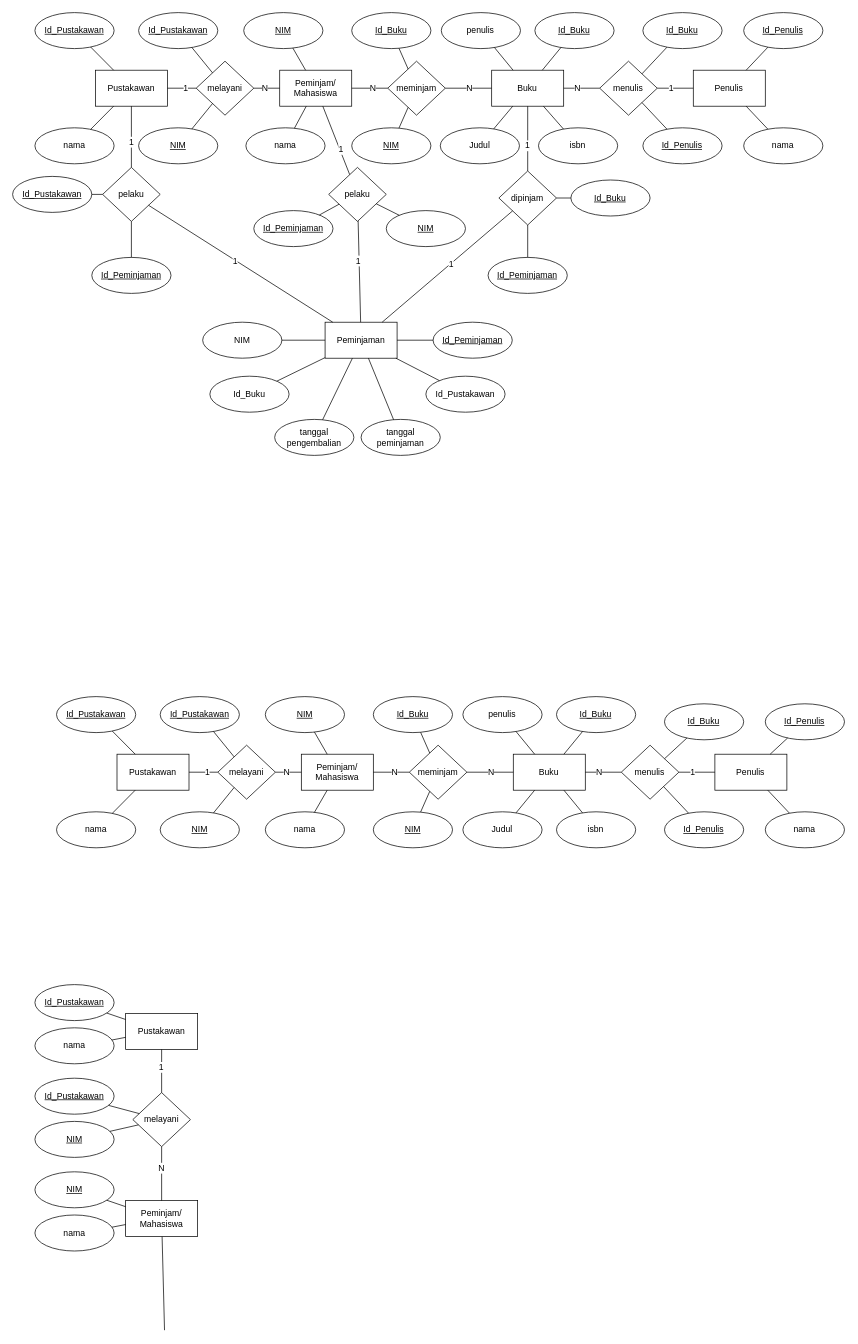
This is basdat.drawio from taste123/hello-world, a draw.io file, before an edit. Source tidied: cells renumbered, new cells numbered last; positions are measured from the earlier drawing's top-left corner, leaving out a move shared by most shapes. Both pictures are drawn from the tidied source at 72%, with x=0, y=0 at pixel (12, 12).
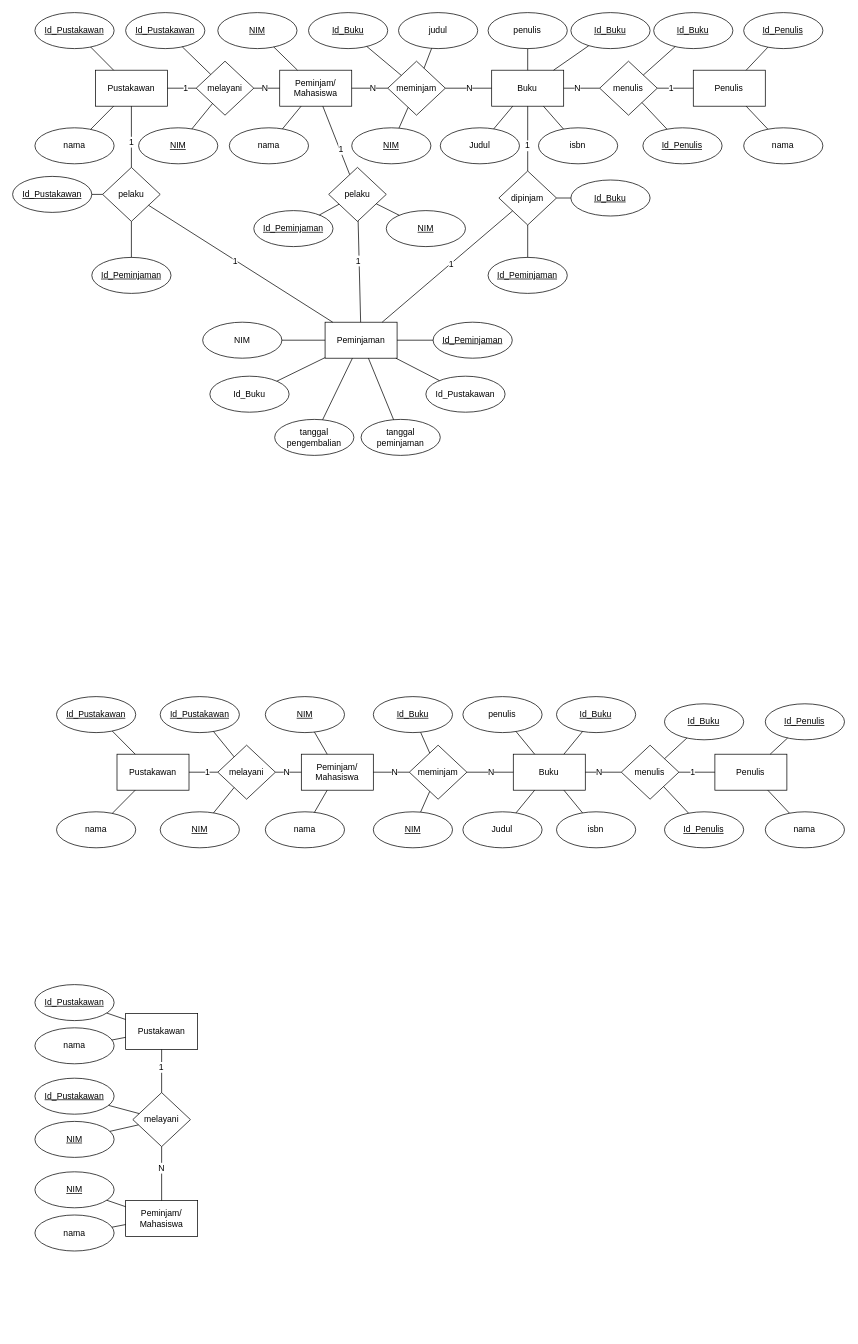
Above is the later version.

The change refers to these unchanged cells:
```xml
<mxCell id="30" value="meminjam" style="rhombus;whiteSpace=wrap;html=1;" parent="1" vertex="1">
  <mxGeometry x="521" y="67.5" width="80" height="75" as="geometry" />
</mxCell>
<mxCell id="166" value="Peminjam/&lt;div&gt;Mahasiswa&lt;/div&gt;" style="rounded=0;whiteSpace=wrap;html=1;" parent="1" vertex="1">
  <mxGeometry x="157" y="1650" width="100" height="50" as="geometry" />
</mxCell>
```

Change to the diagram source:
```diff
@@
     <mxCell id="8" value="&lt;u&gt;NIM&lt;/u&gt;" style="ellipse;whiteSpace=wrap;html=1;" parent="1" vertex="1">
-      <mxGeometry x="321" width="110" height="50" as="geometry" />
+      <mxGeometry x="285" width="110" height="50" as="geometry" />
     </mxCell>
     <mxCell id="9" value="nama" style="ellipse;whiteSpace=wrap;html=1;" parent="1" vertex="1">
-      <mxGeometry x="324" y="160" width="110" height="50" as="geometry" />
+      <mxGeometry x="301" y="160" width="110" height="50" as="geometry" />
     </mxCell>
@@
     <mxCell id="18" value="&lt;u&gt;Id_Buku&lt;/u&gt;" style="ellipse;whiteSpace=wrap;html=1;" parent="1" vertex="1">
-      <mxGeometry x="725.4" width="110" height="50" as="geometry" />
+      <mxGeometry x="775.4" width="110" height="50" as="geometry" />
     </mxCell>
@@
     <mxCell id="22" value="penulis" style="ellipse;whiteSpace=wrap;html=1;" parent="1" vertex="1">
-      <mxGeometry x="595.4" width="110" height="50" as="geometry" />
+      <mxGeometry x="660.4" width="110" height="50" as="geometry" />
     </mxCell>
@@
     <mxCell id="51" value="&lt;u&gt;Id_Pustakawan&lt;/u&gt;" style="ellipse;whiteSpace=wrap;html=1;" parent="1" vertex="1">
-      <mxGeometry x="175" width="110" height="50" as="geometry" />
+      <mxGeometry x="157" width="110" height="50" as="geometry" />
     </mxCell>
@@
     <mxCell id="59" value="&lt;u&gt;Id_Buku&lt;/u&gt;" style="ellipse;whiteSpace=wrap;html=1;" parent="1" vertex="1">
-      <mxGeometry x="471" width="110" height="50" as="geometry" />
+      <mxGeometry x="411" width="110" height="50" as="geometry" />
     </mxCell>
@@
     <mxCell id="62" value="&lt;u&gt;Id_Buku&lt;/u&gt;" style="ellipse;whiteSpace=wrap;html=1;" parent="1" vertex="1">
-      <mxGeometry x="875.4" width="110" height="50" as="geometry" />
+      <mxGeometry x="890.4" width="110" height="50" as="geometry" />
     </mxCell>
@@
-    <mxCell id="173" style="endArrow=none;html=1;rounded=0;" parent="1" edge="1" source="166">
-      <mxGeometry relative="1" as="geometry">
-        <mxPoint x="211" y="1830" as="targetPoint" />
-      </mxGeometry>
-    </mxCell>
@@
+    <mxCell id="182" value="judul" style="ellipse;whiteSpace=wrap;html=1;" parent="1" vertex="1">
+      <mxGeometry x="536" width="110" height="50" as="geometry" />
+    </mxCell>
+    <mxCell id="183" style="endArrow=none;html=1;rounded=0;" parent="1" edge="1" source="182" target="30">
+      <mxGeometry relative="1" as="geometry" />
+    </mxCell>
```
